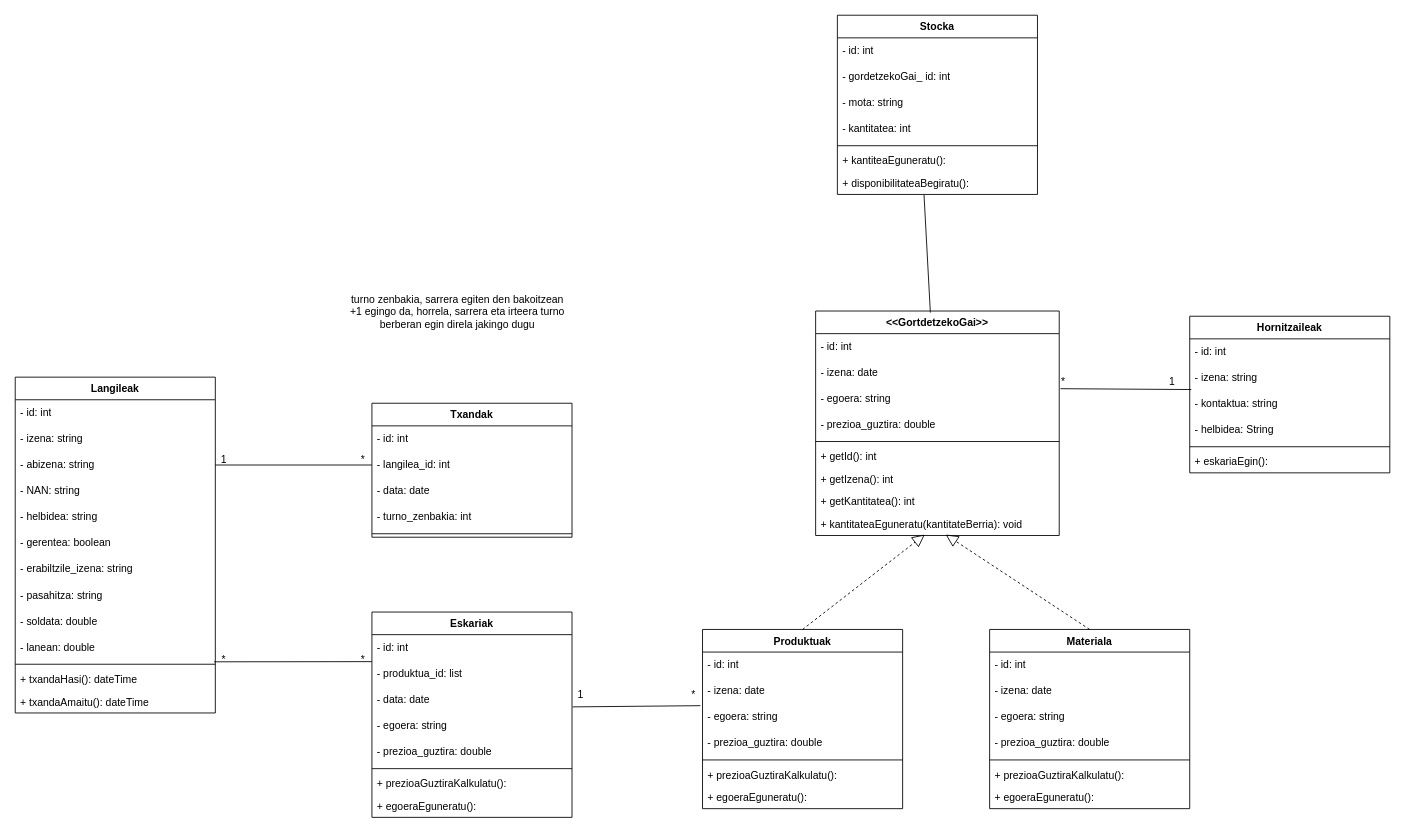
iguisado228/2MG3_1Erronka keeps this draw.io diagram as Diagramak/Gestio_aplikazioa/Gestio aplikazioa klase diagrama.drawio. Above is the earlier version. Source tidied: cells renumbered, new cells numbered last; positions are measured from the earlier drawing's top-left corner, leaving out a move shared by most shapes. Both pictures are drawn from the tidied source at 87%, with x=0, y=0 at pixel (15, 15).
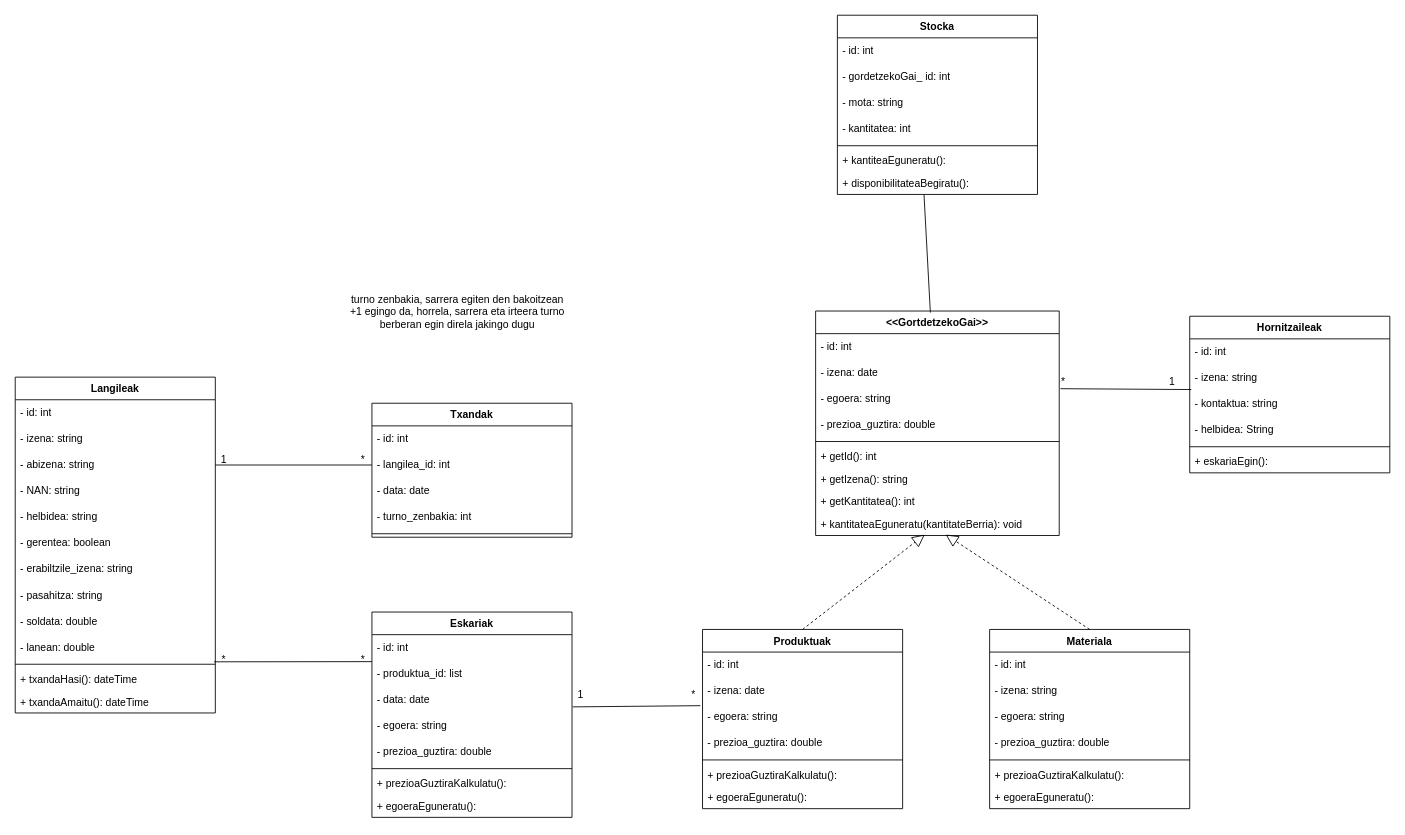
After the change.

Unchanged cells that the change refers to:
```xml
<mxCell id="61" value="&amp;lt;&amp;lt;GortdetzekoGai&amp;gt;&amp;gt;" style="swimlane;fontStyle=1;align=center;verticalAlign=top;horizontal=1;startSize=26;whiteSpace=wrap;html=1;" parent="1" vertex="1">
  <mxGeometry x="920" y="340" width="280" height="258" as="geometry" />
</mxCell>
<mxCell id="71" value="Materiala" style="swimlane;fontStyle=1;align=center;verticalAlign=top;horizontal=1;startSize=26;whiteSpace=wrap;html=1;" parent="1" vertex="1">
  <mxGeometry x="1120" y="706" width="230" height="206" as="geometry" />
</mxCell>
```

What changed in the source:
```diff
@@
-    <mxCell id="68" value="+ getIzena(): int&amp;nbsp;" style="text;strokeColor=none;fillColor=none;align=left;verticalAlign=top;spacingLeft=4;spacingRight=4;overflow=hidden;whiteSpace=wrap;html=1;" parent="61" vertex="1">
+    <mxCell id="68" value="+ getIzena(): string" style="text;strokeColor=none;fillColor=none;align=left;verticalAlign=top;spacingLeft=4;spacingRight=4;overflow=hidden;whiteSpace=wrap;html=1;" parent="61" vertex="1">
       <mxGeometry y="180" width="280" height="26" as="geometry" />
     </mxCell>
@@
-    <mxCell id="73" value="- izena: date" style="text;strokeColor=none;fillColor=none;align=left;verticalAlign=middle;spacingLeft=4;spacingRight=4;overflow=hidden;whiteSpace=wrap;html=1;" parent="71" vertex="1">
+    <mxCell id="73" value="- izena: string" style="text;strokeColor=none;fillColor=none;align=left;verticalAlign=middle;spacingLeft=4;spacingRight=4;overflow=hidden;whiteSpace=wrap;html=1;" parent="71" vertex="1">
       <mxGeometry y="56" width="230" height="30" as="geometry" />
     </mxCell>
```
